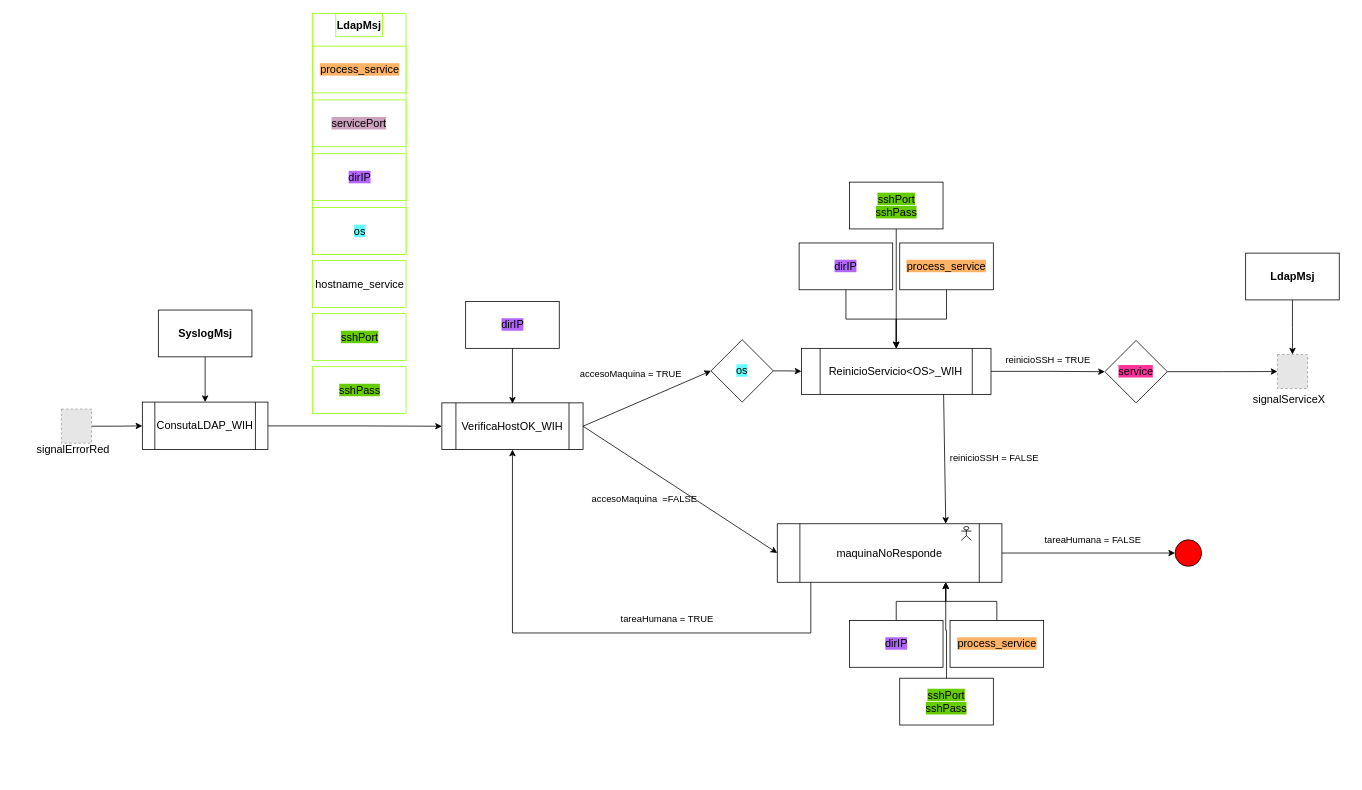
MarianaReyesH/gestionRed keeps this draw.io diagram as page "serviceNoDisponible" (2 of 4) of esquemaProcesos.drawio. Above is the earlier version. Source tidied: cells renumbered, new cells numbered last; positions are measured from the earlier drawing's top-left corner, leaving out a move shared by most shapes. Both pictures are drawn from the tidied source at 78%, with x=0, y=0 at pixel (13, 13). Pictures stored in the file or linked from it are replaced by grey dashed boxes.
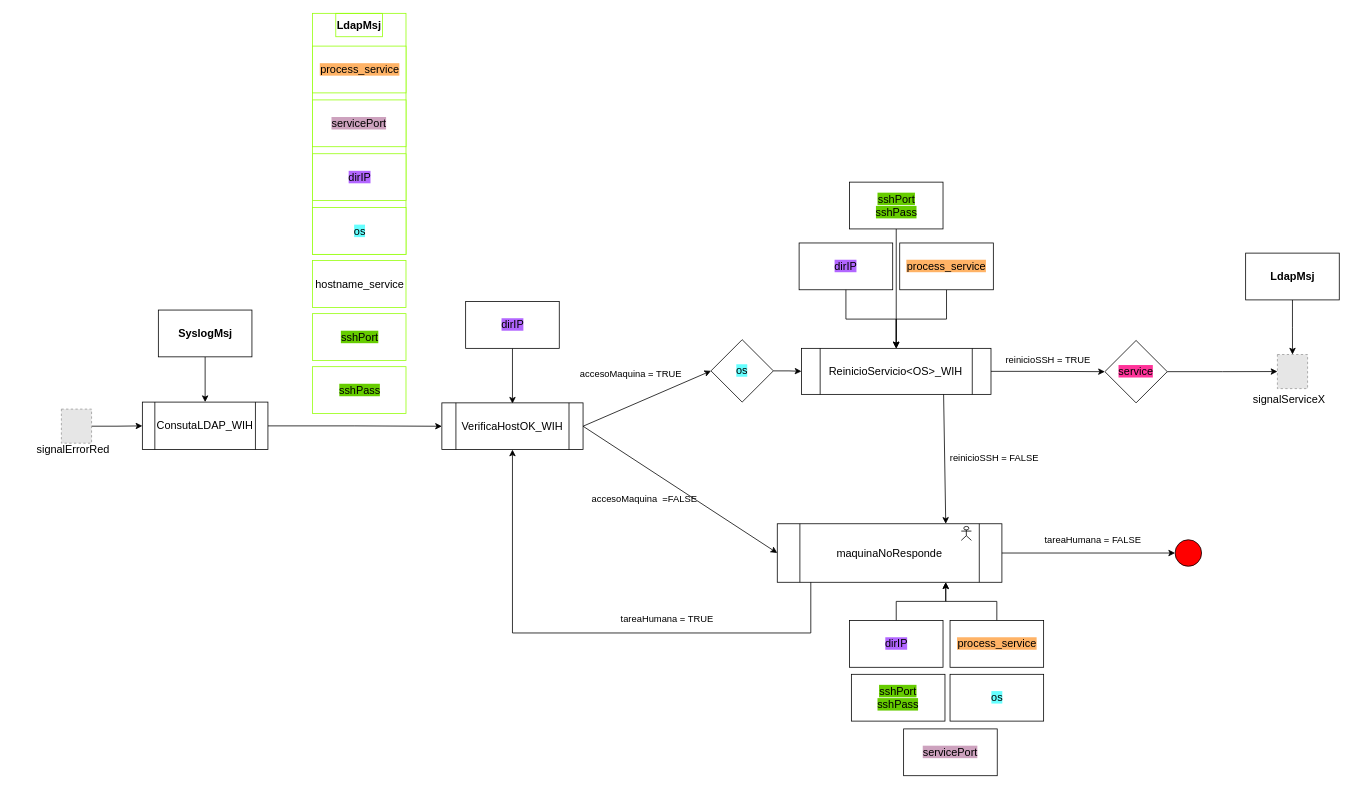
After the change.

The change refers to these unchanged cells:
```xml
<mxCell id="44" value="&lt;span style=&quot;font-size: 14px;&quot;&gt;maquinaNoResponde&lt;/span&gt;" style="shape=process;whiteSpace=wrap;html=1;backgroundOutline=1;" parent="43" vertex="1">
  <mxGeometry width="288" height="75" as="geometry" />
</mxCell>
```

Change to the diagram source:
```diff
@@
-    <mxCell id="56" style="edgeStyle=orthogonalEdgeStyle;rounded=0;jettySize=auto;html=1;entryX=0.75;entryY=1;entryDx=0;entryDy=0;" parent="1" edge="1" source="57" target="44">
-      <mxGeometry relative="1" as="geometry" />
-    </mxCell>
     <mxCell id="57" value="&lt;span style=&quot;font-size: 14px; background-color: rgb(102, 204, 0);&quot;&gt;sshPort&lt;/span&gt;&lt;div&gt;&lt;span style=&quot;font-size: 14px; background-color: rgb(102, 204, 0);&quot;&gt;sshPass&lt;/span&gt;&lt;/div&gt;" style="rounded=0;whiteSpace=wrap;html=1;" parent="1" vertex="1">
-      <mxGeometry x="1136" y="852" width="120" height="60" as="geometry" />
+      <mxGeometry x="1074" y="847" width="120" height="60" as="geometry" />
     </mxCell>
@@
+    <mxCell id="59" value="&lt;span style=&quot;font-size: 14px; background-color: rgb(102, 255, 255);&quot;&gt;os&lt;/span&gt;" style="rounded=0;whiteSpace=wrap;html=1;" parent="1" vertex="1">
+      <mxGeometry x="1200.5" y="847" width="120" height="60" as="geometry" />
+    </mxCell>
+    <mxCell id="60" value="&lt;span style=&quot;font-size: 14px; background-color: rgb(205, 162, 190);&quot;&gt;servicePort&lt;/span&gt;" style="rounded=0;whiteSpace=wrap;html=1;" parent="1" vertex="1">
+      <mxGeometry x="1141" y="917" width="120" height="60" as="geometry" />
+    </mxCell>
```
